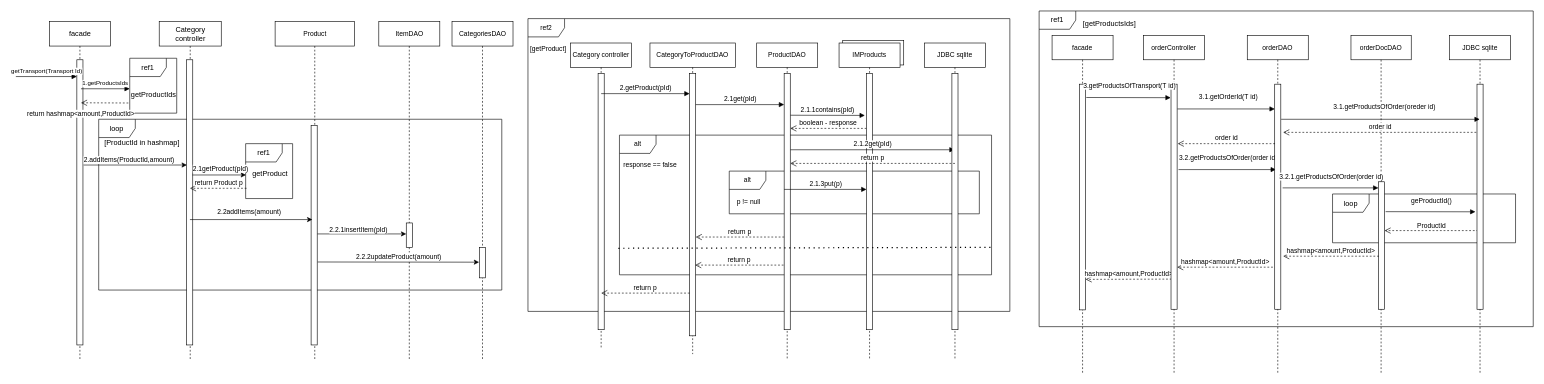
This is docs/SD-storage/sequence_Diagram.drawio from Naveavra/Market, a draw.io file, before an edit. Source tidied: cells renumbered, new cells numbered last; positions are measured from the earlier drawing's top-left corner, leaving out a move shared by most shapes. Both pictures are drawn from the tidied source at 61%, with x=0, y=0 at pixel (15, 10).
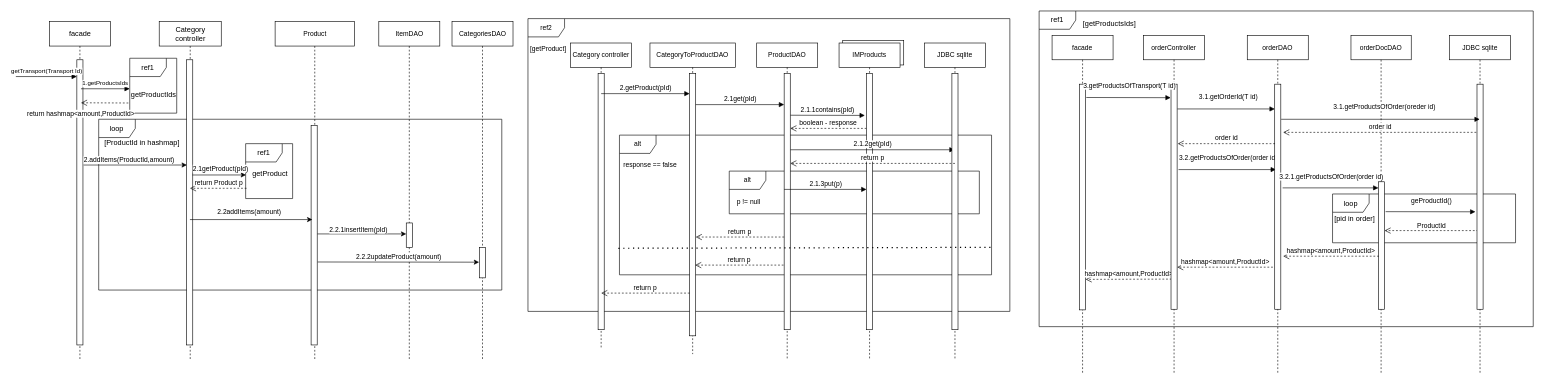
The same diagram, later.

The change refers to these unchanged cells:
```xml
<mxCell id="8" value="orderDocDAO" style="shape=umlLifeline;perimeter=lifelinePerimeter;whiteSpace=wrap;html=1;fontSize=11;fillColor=default;" parent="1" vertex="1">
  <mxGeometry x="2189.2" y="40.5" width="98.8" height="555" as="geometry" />
</mxCell>
```

Change to the diagram source:
```diff
@@
+    <mxCell id="85" value="[pid in order]" style="text;html=1;strokeColor=none;fillColor=none;align=center;verticalAlign=middle;whiteSpace=wrap;rounded=0;" parent="8" vertex="1">
+      <mxGeometry x="-34.2" y="286.5" width="81.2" height="30" as="geometry" />
+    </mxCell>
```
